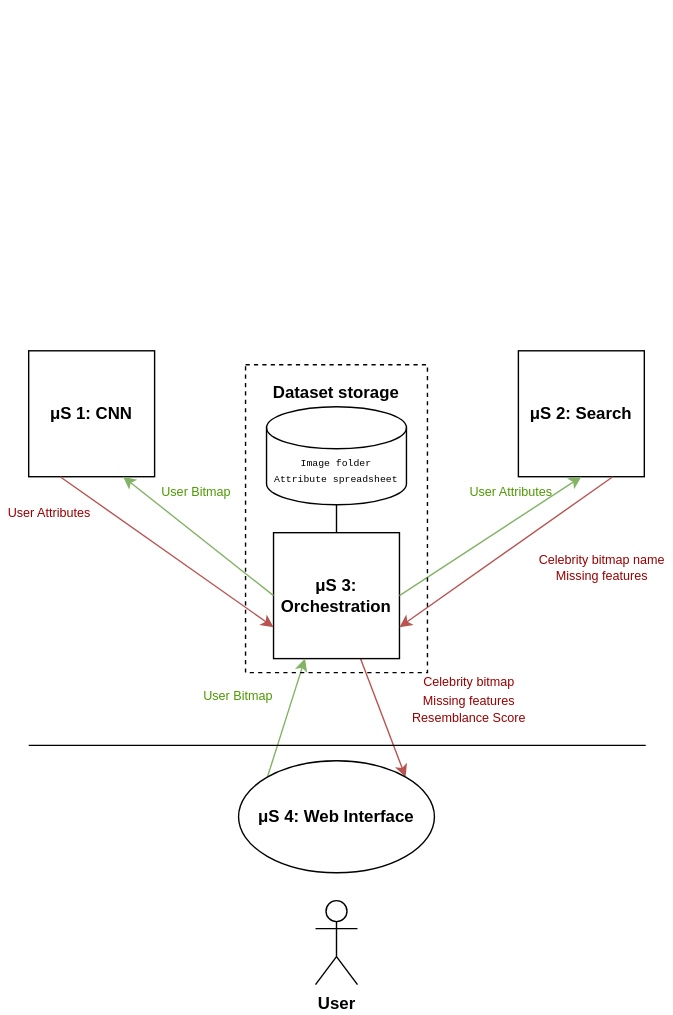
Before: architechture.drawio.svg, a diagram exported from draw.io (Wissem0/Projet-Integrateur-Classification-d-images). Source tidied: cells renumbered, new cells last; positions are measured from the earlier drawing's top-left corner, leaving out a move shared by most shapes.
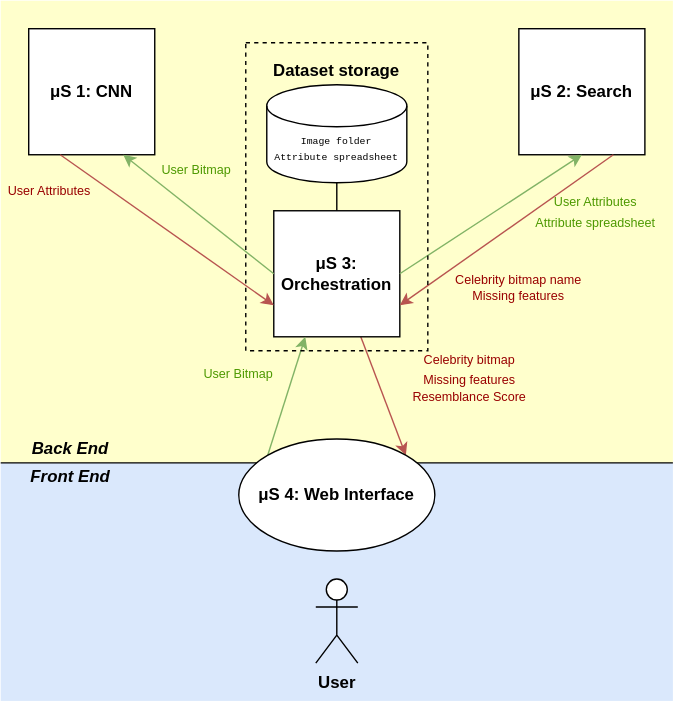
The same file after the commit.

Change to the diagram source:
```diff
@@ -2,9 +2,12 @@
   <root>
     <mxCell id="0" />
     <mxCell id="1" parent="0" />
-    <mxCell id="2" style="rounded=0;whiteSpace=wrap;html=1;fillStyle=solid;strokeColor=none;fontFamily=Helvetica;fontColor=#000000;fillColor=#FFFFFF;" parent="1" vertex="1">
-      <mxGeometry x="20" width="440" height="700" as="geometry" />
-    </mxCell>
+    <mxCell id="26" style="rounded=0;whiteSpace=wrap;html=1;strokeColor=none;fontSize=12;fillColor=#dae8fc;fillStyle=solid;" parent="1" vertex="1">
+      <mxGeometry y="560" width="480" height="170" as="geometry" />
+    </mxCell>
+    <mxCell id="27" style="rounded=0;whiteSpace=wrap;html=1;strokeColor=none;fontSize=12;fillColor=#FFFFCC;fillStyle=solid;gradientColor=none;" parent="1" vertex="1">
+      <mxGeometry y="230" width="480" height="330" as="geometry" />
+    </mxCell>
     <mxCell id="3" value="&lt;b&gt;μS 1: CNN&lt;/b&gt;" style="whiteSpace=wrap;html=1;fillStyle=solid;fontFamily=Helvetica;fillColor=#FFFFFF;" parent="1" vertex="1">
       <mxGeometry x="20" y="250" width="90" height="90" as="geometry" />
     </mxCell>
@@ -23,9 +26,6 @@
     <mxCell id="8" value="&lt;b&gt;User&lt;/b&gt;" style="shape=umlActor;verticalLabelPosition=bottom;verticalAlign=top;html=1;fillStyle=solid;fontFamily=Helvetica;fillColor=#FFFFFF;" parent="1" vertex="1">
       <mxGeometry x="225" y="643" width="30" height="60" as="geometry" />
     </mxCell>
-    <mxCell id="9" value="&lt;b&gt;μS 4: &lt;/b&gt;&lt;b&gt;Web Interface&lt;br&gt;&lt;/b&gt;" style="ellipse;whiteSpace=wrap;html=1;fillStyle=solid;fontFamily=Helvetica;fillColor=#FFFFFF;" parent="1" vertex="1">
-      <mxGeometry x="170" y="543" width="140" height="80" as="geometry" />
-    </mxCell>
     <mxCell id="10" value="&lt;font style=&quot;font-size: 9px;&quot; color=&quot;#4D9900&quot;&gt;User Bitmap&lt;/font&gt;" style="text;html=1;strokeColor=none;fillColor=none;align=center;verticalAlign=middle;whiteSpace=wrap;rounded=0;fillStyle=solid;fontFamily=Helvetica;" parent="1" vertex="1">
       <mxGeometry x="110" y="335" width="60" height="30" as="geometry" />
     </mxCell>
@@ -33,10 +33,10 @@
       <mxGeometry y="350" width="70" height="30" as="geometry" />
     </mxCell>
     <mxCell id="12" value="&lt;div style=&quot;font-size: 9px;&quot;&gt;&lt;font style=&quot;font-size: 9px;&quot; color=&quot;#990000&quot;&gt;Celebrity bitmap name&lt;/font&gt;&lt;/div&gt;&lt;div style=&quot;font-size: 9px;&quot;&gt;&lt;font style=&quot;font-size: 9px;&quot; color=&quot;#990000&quot;&gt;&lt;font style=&quot;font-size: 9px;&quot;&gt;Missing features&lt;/font&gt;&lt;br&gt;&lt;/font&gt;&lt;/div&gt;" style="text;html=1;strokeColor=none;fillColor=none;align=center;verticalAlign=middle;whiteSpace=wrap;rounded=0;fillStyle=solid;fontFamily=Helvetica;" parent="1" vertex="1">
-      <mxGeometry x="380" y="390" width="100" height="30" as="geometry" />
+      <mxGeometry x="320" y="420" width="100" height="30" as="geometry" />
     </mxCell>
-    <mxCell id="13" value="&lt;font style=&quot;font-size: 9px;&quot; color=&quot;#4D9900&quot;&gt;User Attributes&lt;/font&gt;" style="text;html=1;strokeColor=none;fillColor=none;align=center;verticalAlign=middle;whiteSpace=wrap;rounded=0;fillStyle=solid;fontFamily=Helvetica;" parent="1" vertex="1">
-      <mxGeometry x="330" y="335" width="70" height="30" as="geometry" />
+    <mxCell id="13" value="&lt;font style=&quot;font-size: 9px;&quot; color=&quot;#4D9900&quot;&gt;User Attributes&lt;br&gt;Attribute spreadsheet&lt;br&gt;&lt;/font&gt;" style="text;html=1;strokeColor=none;fillColor=none;align=center;verticalAlign=middle;whiteSpace=wrap;rounded=0;fillStyle=solid;fontFamily=Helvetica;" parent="1" vertex="1">
+      <mxGeometry x="380" y="365" width="90" height="30" as="geometry" />
     </mxCell>
     <mxCell id="14" value="&lt;font color=&quot;#4d9900&quot; style=&quot;font-size: 9px;&quot;&gt;User Bitmap&lt;/font&gt;" style="text;html=1;align=center;verticalAlign=middle;whiteSpace=wrap;rounded=0;fillStyle=solid;fontFamily=Helvetica;" parent="1" vertex="1">
       <mxGeometry x="140" y="481" width="60" height="30" as="geometry" />
@@ -62,6 +62,9 @@
     <mxCell id="21" style="rounded=1;jettySize=auto;html=1;entryX=1;entryY=0.75;entryDx=0;entryDy=0;fontFamily=Helvetica;exitX=0.75;exitY=1;exitDx=0;exitDy=0;fillColor=#f8cecc;strokeColor=#b85450;" parent="1" edge="1" source="4" target="6">
       <mxGeometry relative="1" as="geometry" />
     </mxCell>
+    <mxCell id="25" style="endArrow=none;html=1;rounded=0;strokeColor=#000000;fontSize=12;fontColor=#990000;exitX=0;exitY=1;exitDx=0;exitDy=0;entryX=1;entryY=1;entryDx=0;entryDy=0;" parent="1" edge="1" source="27" target="27">
+      <mxGeometry relative="1" as="geometry" />
+    </mxCell>
     <mxCell id="22" style="rounded=0;whiteSpace=wrap;html=1;fontSize=9;fontColor=#990000;dashed=1;fillColor=none;" parent="1" vertex="1">
       <mxGeometry x="175" y="260" width="130" height="220" as="geometry" />
     </mxCell>
@@ -71,11 +74,14 @@
     <mxCell id="24" style="rounded=1;jettySize=auto;html=1;fontFamily=Helvetica;exitX=0.25;exitY=1;exitDx=0;exitDy=0;entryX=0;entryY=0.75;entryDx=0;entryDy=0;fillColor=#f8cecc;strokeColor=#b85450;" parent="1" edge="1" source="3" target="6">
       <mxGeometry relative="1" as="geometry" />
     </mxCell>
-    <mxCell id="25" style="endArrow=none;html=1;rounded=0;strokeColor=#000000;fontSize=12;fontColor=#990000;" parent="1" edge="1">
-      <mxGeometry relative="1" as="geometry">
-        <mxPoint x="20" y="532" as="sourcePoint" />
-        <mxPoint x="461" y="532" as="targetPoint" />
-      </mxGeometry>
-    </mxCell>
+    <mxCell id="28" value="&lt;i&gt;&lt;b&gt;Back End&lt;/b&gt;&lt;/i&gt;" style="text;html=1;strokeColor=none;fillColor=none;align=center;verticalAlign=middle;whiteSpace=wrap;rounded=0;fontSize=12;fontColor=#000000;" parent="1" vertex="1">
+      <mxGeometry x="20" y="535" width="60" height="30" as="geometry" />
+    </mxCell>
+    <mxCell id="29" value="&lt;i&gt;&lt;b&gt;Front End&lt;/b&gt;&lt;/i&gt;" style="text;html=1;strokeColor=none;fillColor=none;align=center;verticalAlign=middle;whiteSpace=wrap;rounded=0;fontSize=12;fontColor=#000000;" parent="1" vertex="1">
+      <mxGeometry x="20" y="555" width="60" height="30" as="geometry" />
+    </mxCell>
+    <mxCell id="9" value="&lt;b&gt;μS 4: &lt;/b&gt;&lt;b&gt;Web Interface&lt;br&gt;&lt;/b&gt;" style="ellipse;whiteSpace=wrap;html=1;fillStyle=solid;fontFamily=Helvetica;fillColor=#FFFFFF;" parent="1" vertex="1">
+      <mxGeometry x="170" y="543" width="140" height="80" as="geometry" />
+    </mxCell>
   </root>
 </mxGraphModel>
```
